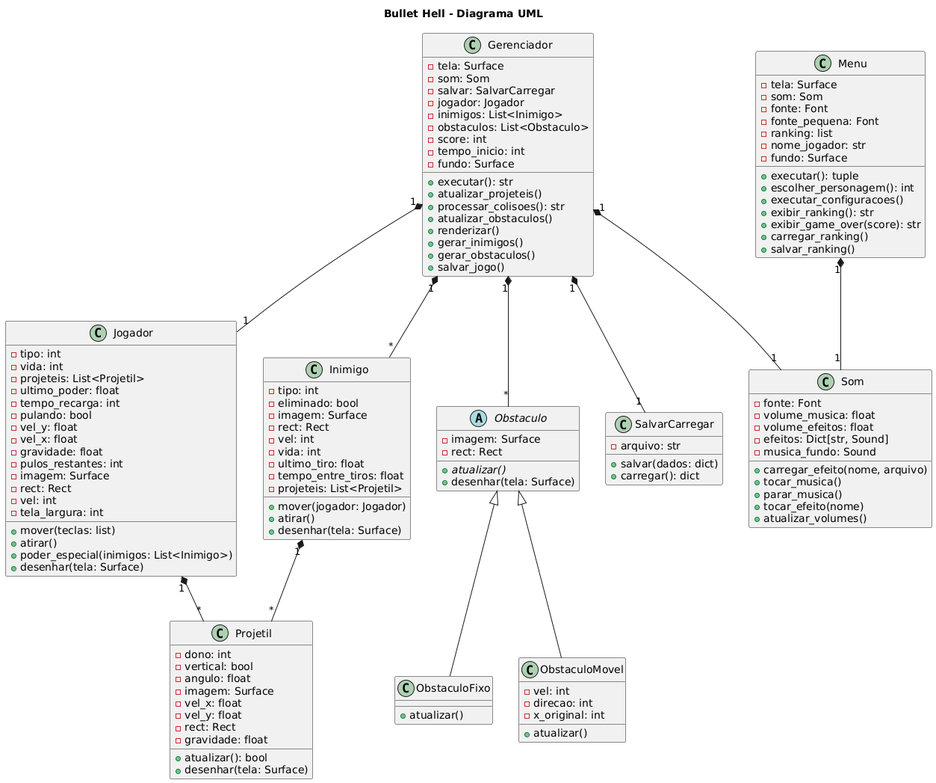
This is uml.png from rexrocha/poo-game, a PlantUML export, as it was before one commit. Its diagram source:
```plantuml
@startuml
title Bullet Hell - Diagrama UML

class Jogador {
  - tipo: int
  - vida: int
  - projeteis: List<Projetil>
  - ultimo_poder: float
  - tempo_recarga: int
  - pulando: bool
  - vel_y: float
  - vel_x: float
  - gravidade: float
  - pulos_restantes: int
  - imagem: Surface
  - rect: Rect
  - vel: int
  - tela_largura: int
  + mover(teclas: list)
  + atirar()
  + poder_especial(inimigos: List<Inimigo>)
  + desenhar(tela: Surface)
}

class Inimigo {
  - tipo: int
  - eliminado: bool
  - imagem: Surface
  - rect: Rect
  - vel: int
  - vida: int
  - ultimo_tiro: float
  - tempo_entre_tiros: float
  - projeteis: List<Projetil>
  + mover(jogador: Jogador)
  + atirar()
  + desenhar(tela: Surface)
}

class Projetil {
  - dono: int
  - vertical: bool
  - angulo: float
  - imagem: Surface
  - vel_x: float
  - vel_y: float
  - rect: Rect
  - gravidade: float
  + atualizar(): bool
  + desenhar(tela: Surface)
}

abstract class Obstaculo {
  - imagem: Surface
  - rect: Rect
  {abstract} + atualizar()
  + desenhar(tela: Surface)
}

class ObstaculoFixo {
  + atualizar()
}

class ObstaculoMovel {
  - vel: int
  - direcao: int
  - x_original: int
  + atualizar()
}

Obstaculo <|-- ObstaculoFixo
Obstaculo <|-- ObstaculoMovel

class Gerenciador {
  - tela: Surface
  - som: Som
  - salvar: SalvarCarregar
  - jogador: Jogador
  - inimigos: List<Inimigo>
  - obstaculos: List<Obstaculo>
  - score: int
  - tempo_inicio: int
  - fundo: Surface
  + executar(): str
  + atualizar_projeteis()
  + processar_colisoes(): str
  + atualizar_obstaculos()
  + renderizar()
  + gerar_inimigos()
  + gerar_obstaculos()
  + salvar_jogo()
}

class Som {
  - fonte: Font
  - volume_musica: float
  - volume_efeitos: float
  - efeitos: Dict[str, Sound]
  - musica_fundo: Sound
  + carregar_efeito(nome, arquivo)
  + tocar_musica()
  + parar_musica()
  + tocar_efeito(nome)
  + atualizar_volumes()
}

class SalvarCarregar {
  - arquivo: str
  + salvar(dados: dict)
  + carregar(): dict
}

class Menu {
  - tela: Surface
  - som: Som
  - fonte: Font
  - fonte_pequena: Font
  - ranking: list
  - nome_jogador: str
  - fundo: Surface
  + executar(): tuple
  + escolher_personagem(): int
  + executar_configuracoes()
  + exibir_ranking(): str
  + exibir_game_over(score): str
  + carregar_ranking()
  + salvar_ranking()
}

Jogador "1" *-- "*" Projetil
Inimigo "1" *-- "*" Projetil
Gerenciador "1" *-- "1" Jogador
Gerenciador "1" *-- "*" Inimigo
Gerenciador "1" *-- "*" Obstaculo
Gerenciador "1" *-- "1" Som
Gerenciador "1" *-- "1" SalvarCarregar
Menu "1" *-- "1" Som
@enduml
```
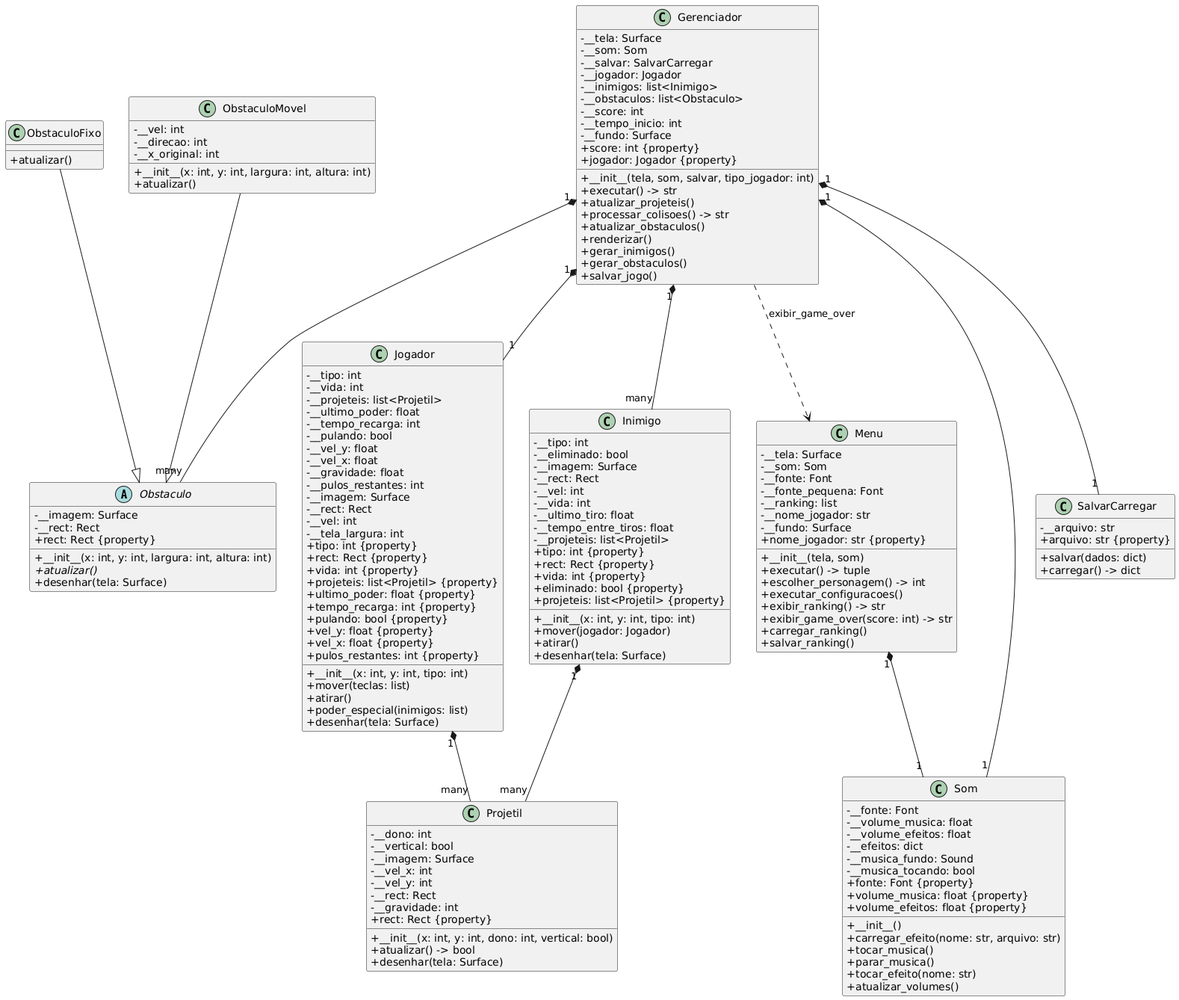
The same diagram one commit later.

What changed in the source:
```diff
@@ -1,138 +1,175 @@
 @startuml
-title Bullet Hell - Diagrama UML
+skinparam classAttributeIconSize 0
+skinparam groupInheritance 2
+
+abstract class Obstaculo {
+    - __imagem: Surface
+    - __rect: Rect
+    + rect: Rect {property}
+    + __init__(x: int, y: int, largura: int, altura: int)
+    + atualizar() {abstract}
+    + desenhar(tela: Surface)
+}
+
+class ObstaculoFixo {
+    + atualizar()
+}
+
+class ObstaculoMovel {
+    - __vel: int
+    - __direcao: int
+    - __x_original: int
+    + __init__(x: int, y: int, largura: int, altura: int)
+    + atualizar()
+}
 
 class Jogador {
-  - tipo: int
-  - vida: int
-  - projeteis: List<Projetil>
-  - ultimo_poder: float
-  - tempo_recarga: int
-  - pulando: bool
-  - vel_y: float
-  - vel_x: float
-  - gravidade: float
-  - pulos_restantes: int
-  - imagem: Surface
-  - rect: Rect
-  - vel: int
-  - tela_largura: int
-  + mover(teclas: list)
-  + atirar()
-  + poder_especial(inimigos: List<Inimigo>)
-  + desenhar(tela: Surface)
+    - __tipo: int
+    - __vida: int
+    - __projeteis: list<Projetil>
+    - __ultimo_poder: float
+    - __tempo_recarga: int
+    - __pulando: bool
+    - __vel_y: float
+    - __vel_x: float
+    - __gravidade: float
+    - __pulos_restantes: int
+    - __imagem: Surface
+    - __rect: Rect
+    - __vel: int
+    - __tela_largura: int
+    + tipo: int {property}
+    + rect: Rect {property}
+    + vida: int {property}
+    + projeteis: list<Projetil> {property}
+    + ultimo_poder: float {property}
+    + tempo_recarga: int {property}
+    + pulando: bool {property}
+    + vel_y: float {property}
+    + vel_x: float {property}
+    + pulos_restantes: int {property}
+    + __init__(x: int, y: int, tipo: int)
+    + mover(teclas: list)
+    + atirar()
+    + poder_especial(inimigos: list)
+    + desenhar(tela: Surface)
 }
 
 class Inimigo {
-  - tipo: int
-  - eliminado: bool
-  - imagem: Surface
-  - rect: Rect
-  - vel: int
-  - vida: int
-  - ultimo_tiro: float
-  - tempo_entre_tiros: float
-  - projeteis: List<Projetil>
-  + mover(jogador: Jogador)
-  + atirar()
-  + desenhar(tela: Surface)
+    - __tipo: int
+    - __eliminado: bool
+    - __imagem: Surface
+    - __rect: Rect
+    - __vel: int
+    - __vida: int
+    - __ultimo_tiro: float
+    - __tempo_entre_tiros: float
+    - __projeteis: list<Projetil>
+    + tipo: int {property}
+    + rect: Rect {property}
+    + vida: int {property}
+    + eliminado: bool {property}
+    + projeteis: list<Projetil> {property}
+    + __init__(x: int, y: int, tipo: int)
+    + mover(jogador: Jogador)
+    + atirar()
+    + desenhar(tela: Surface)
 }
 
 class Projetil {
-  - dono: int
-  - vertical: bool
-  - angulo: float
-  - imagem: Surface
-  - vel_x: float
-  - vel_y: float
-  - rect: Rect
-  - gravidade: float
-  + atualizar(): bool
-  + desenhar(tela: Surface)
+    - __dono: int
+    - __vertical: bool
+    - __imagem: Surface
+    - __vel_x: int
+    - __vel_y: int
+    - __rect: Rect
+    - __gravidade: int
+    + rect: Rect {property}
+    + __init__(x: int, y: int, dono: int, vertical: bool)
+    + atualizar() -> bool
+    + desenhar(tela: Surface)
 }
 
-abstract class Obstaculo {
-  - imagem: Surface
-  - rect: Rect
-  {abstract} + atualizar()
-  + desenhar(tela: Surface)
+class Gerenciador {
+    - __tela: Surface
+    - __som: Som
+    - __salvar: SalvarCarregar
+    - __jogador: Jogador
+    - __inimigos: list<Inimigo>
+    - __obstaculos: list<Obstaculo>
+    - __score: int
+    - __tempo_inicio: int
+    - __fundo: Surface
+    + score: int {property}
+    + jogador: Jogador {property}
+    + __init__(tela, som, salvar, tipo_jogador: int)
+    + executar() -> str
+    + atualizar_projeteis()
+    + processar_colisoes() -> str
+    + atualizar_obstaculos()
+    + renderizar()
+    + gerar_inimigos()
+    + gerar_obstaculos()
+    + salvar_jogo()
 }
 
-class ObstaculoFixo {
-  + atualizar()
-}
-
-class ObstaculoMovel {
-  - vel: int
-  - direcao: int
-  - x_original: int
-  + atualizar()
-}
-
-Obstaculo <|-- ObstaculoFixo
-Obstaculo <|-- ObstaculoMovel
-
-class Gerenciador {
-  - tela: Surface
-  - som: Som
-  - salvar: SalvarCarregar
-  - jogador: Jogador
-  - inimigos: List<Inimigo>
-  - obstaculos: List<Obstaculo>
-  - score: int
-  - tempo_inicio: int
-  - fundo: Surface
-  + executar(): str
-  + atualizar_projeteis()
-  + processar_colisoes(): str
-  + atualizar_obstaculos()
-  + renderizar()
-  + gerar_inimigos()
-  + gerar_obstaculos()
-  + salvar_jogo()
+class Menu {
+    - __tela: Surface
+    - __som: Som
+    - __fonte: Font
+    - __fonte_pequena: Font
+    - __ranking: list
+    - __nome_jogador: str
+    - __fundo: Surface
+    + nome_jogador: str {property}
+    + __init__(tela, som)
+    + executar() -> tuple
+    + escolher_personagem() -> int
+    + executar_configuracoes()
+    + exibir_ranking() -> str
+    + exibir_game_over(score: int) -> str
+    + carregar_ranking()
+    + salvar_ranking()
 }
 
 class Som {
-  - fonte: Font
-  - volume_musica: float
-  - volume_efeitos: float
-  - efeitos: Dict[str, Sound]
-  - musica_fundo: Sound
-  + carregar_efeito(nome, arquivo)
-  + tocar_musica()
-  + parar_musica()
-  + tocar_efeito(nome)
-  + atualizar_volumes()
+    - __fonte: Font
+    - __volume_musica: float
+    - __volume_efeitos: float
+    - __efeitos: dict
+    - __musica_fundo: Sound
+    - __musica_tocando: bool
+    + fonte: Font {property}
+    + volume_musica: float {property}
+    + volume_efeitos: float {property}
+    + __init__()
+    + carregar_efeito(nome: str, arquivo: str)
+    + tocar_musica()
+    + parar_musica()
+    + tocar_efeito(nome: str)
+    + atualizar_volumes()
 }
 
 class SalvarCarregar {
-  - arquivo: str
-  + salvar(dados: dict)
-  + carregar(): dict
+    - __arquivo: str
+    + arquivo: str {property}
+    + salvar(dados: dict)
+    + carregar() -> dict
 }
 
-class Menu {
-  - tela: Surface
-  - som: Som
-  - fonte: Font
-  - fonte_pequena: Font
-  - ranking: list
-  - nome_jogador: str
-  - fundo: Surface
-  + executar(): tuple
-  + escolher_personagem(): int
-  + executar_configuracoes()
-  + exibir_ranking(): str
-  + exibir_game_over(score): str
-  + carregar_ranking()
-  + salvar_ranking()
-}
+ObstaculoFixo --|> Obstaculo
+ObstaculoMovel --|> Obstaculo
 
-Jogador "1" *-- "*" Projetil
-Inimigo "1" *-- "*" Projetil
 Gerenciador "1" *-- "1" Jogador
-Gerenciador "1" *-- "*" Inimigo
-Gerenciador "1" *-- "*" Obstaculo
 Gerenciador "1" *-- "1" Som
 Gerenciador "1" *-- "1" SalvarCarregar
+Gerenciador "1" *-- "many" Inimigo
+Gerenciador "1" *-- "many" Obstaculo
+
 Menu "1" *-- "1" Som
+
+Jogador "1" *-- "many" Projetil
+Inimigo "1" *-- "many" Projetil
+
+Gerenciador ..> Menu : exibir_game_over
 @enduml
```
